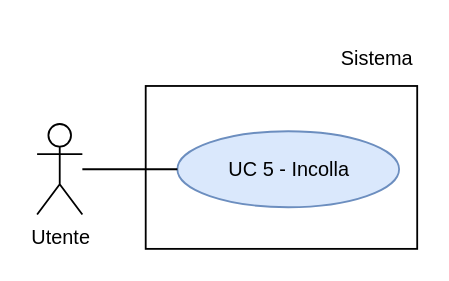
thebitless-group-swe/thebitless.github.io keeps this draw.io diagram as RTB/doc_esterna/analisi-dei-requisiti/assets/draw.io/UC5.drawio. Above is the earlier version. Source tidied: cells renumbered, new cells numbered last; positions are measured from the earlier drawing's top-left corner, leaving out a move shared by most shapes. Both pictures are drawn from the tidied source at 181%, with x=0, y=0 at pixel (36, 31).
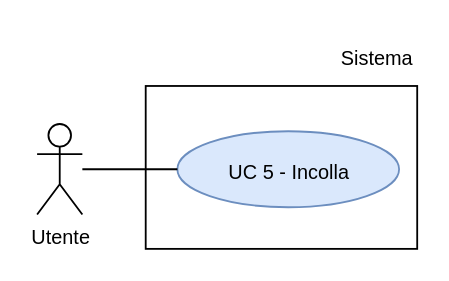
Above is the later version.

Diff of the diagram source:
```diff
@@
 <mxGraphModel>
   <root>
     <mxCell id="0" />
     <mxCell id="1" parent="0" />
     <mxCell id="2" value="Utente" style="shape=umlActor;verticalLabelPosition=bottom;verticalAlign=top;html=1;outlineConnect=0;fontSize=11;" parent="1" vertex="1">
       <mxGeometry y="51" width="25" height="50" as="geometry" />
     </mxCell>
     <mxCell id="3" style="rounded=0;whiteSpace=wrap;html=1;strokeWidth=1;" parent="1" vertex="1">
       <mxGeometry x="60" y="30" width="150" height="90" as="geometry" />
     </mxCell>
     <mxCell id="4" value="Sistema" style="text;html=1;whiteSpace=wrap;strokeColor=none;fillColor=none;align=right;verticalAlign=middle;fontSize=11;" parent="1" vertex="1">
       <mxGeometry x="150" width="60" height="30" as="geometry" />
     </mxCell>
-    <mxCell id="5" value="UC 5 - Incolla" style="ellipse;whiteSpace=wrap;html=1;fillColor=#dae8fc;strokeColor=#6c8ebf;fontSize=11;" parent="1" vertex="1">
+    <mxCell id="5" value="&lt;div&gt;UC 5 - Incolla&lt;/div&gt;" style="ellipse;whiteSpace=wrap;html=1;fillColor=#dae8fc;strokeColor=#6c8ebf;fontSize=11;convertToSvg=1;svgWhiteSpace=wrap;labelBorderColor=none;labelBackgroundColor=none;spacingBottom=-4;" parent="1" vertex="1">
       <mxGeometry x="77.5" y="55" width="122.5" height="42" as="geometry" />
     </mxCell>
     <mxCell id="6" style="edgeStyle=none;rounded=0;jettySize=auto;html=1;endArrow=none;endFill=0;" parent="1" edge="1" source="2" target="5">
       <mxGeometry relative="1" as="geometry" />
     </mxCell>
     <mxCell id="7" style="edgeStyle=orthogonalEdgeStyle;rounded=0;orthogonalLoop=1;jettySize=auto;html=1;exitX=0.5;exitY=1;exitDx=0;exitDy=0;" parent="1" edge="1" source="4" target="4">
       <mxGeometry relative="1" as="geometry" />
     </mxCell>
   </root>
 </mxGraphModel>
```
